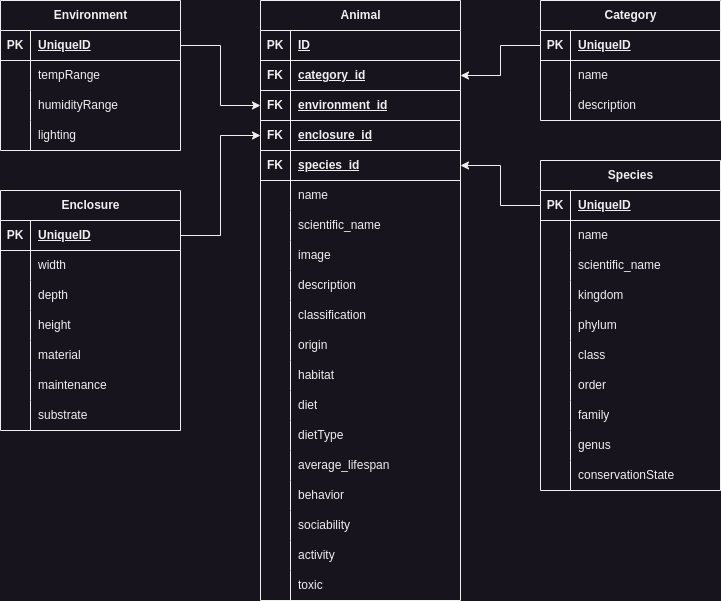
This is docs/zen_lexicon.uml.png from TheDevGuyMarc/TerraZen, a draw.io export, as it was before one commit. Source tidied: cells renumbered, new cells last; positions are measured from the earlier drawing's top-left corner, leaving out a move shared by most shapes.
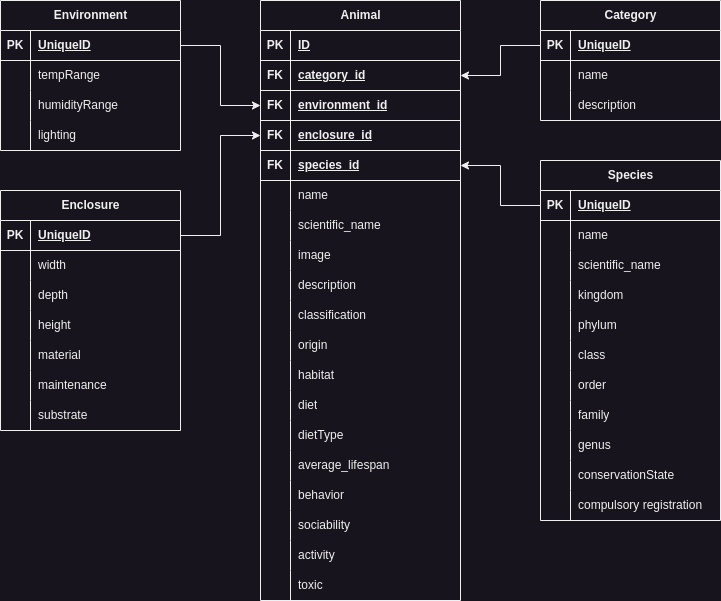
The same file after the commit.

Diff of the diagram source:
```diff
@@ -177,7 +177,7 @@
       <mxGeometry x="30" width="170" height="30" as="geometry" />
     </mxCell>
     <mxCell id="60" value="Species" style="shape=table;startSize=30;rowLines=0;fontStyle=1;align=center;html=1;" parent="1" vertex="1">
-      <mxGeometry x="540" y="160" width="180" height="330" as="geometry" />
+      <mxGeometry x="540" y="160" width="180" height="360" as="geometry" />
     </mxCell>
     <mxCell id="61" style="shape=tableRow;horizontal=0;startSize=0;swimlaneHead=0;swimlaneBody=0;fillColor=none;points=[[0,0.5],[1,0.5]];portConstraint=eastwest;top=0;left=0;right=0;bottom=1;" parent="60" vertex="1">
       <mxGeometry y="30" width="180" height="30" as="geometry" />
@@ -269,6 +269,15 @@
     <mxCell id="90" value="conservationState" style="shape=partialRectangle;fillColor=none;top=0;left=0;bottom=0;right=0;align=left;spacingLeft=6;overflow=hidden;whiteSpace=wrap;html=1;" parent="88" vertex="1">
       <mxGeometry x="30" width="150" height="30" as="geometry" />
     </mxCell>
+    <mxCell id="140" style="shape=tableRow;horizontal=0;startSize=0;swimlaneHead=0;swimlaneBody=0;fillColor=none;top=0;left=0;right=0;bottom=0;" parent="60" vertex="1">
+      <mxGeometry y="330" width="180" height="30" as="geometry" />
+    </mxCell>
+    <mxCell id="141" style="shape=partialRectangle;fillColor=none;top=0;left=0;bottom=0;right=0;overflow=hidden;whiteSpace=wrap;html=1;" parent="140" vertex="1">
+      <mxGeometry width="30" height="30" as="geometry" />
+    </mxCell>
+    <mxCell id="142" value="compulsory registration" style="shape=partialRectangle;fillColor=none;top=0;left=0;bottom=0;right=0;align=left;spacingLeft=6;overflow=hidden;whiteSpace=wrap;html=1;" parent="140" vertex="1">
+      <mxGeometry x="30" width="150" height="30" as="geometry" />
+    </mxCell>
     <mxCell id="91" style="edgeStyle=orthogonalEdgeStyle;rounded=0;jettySize=auto;html=1;exitX=0;exitY=0.5;exitDx=0;exitDy=0;entryX=1;entryY=0.5;entryDx=0;entryDy=0;" parent="1" edge="1" source="61" target="15">
       <mxGeometry relative="1" as="geometry" />
     </mxCell>
```
